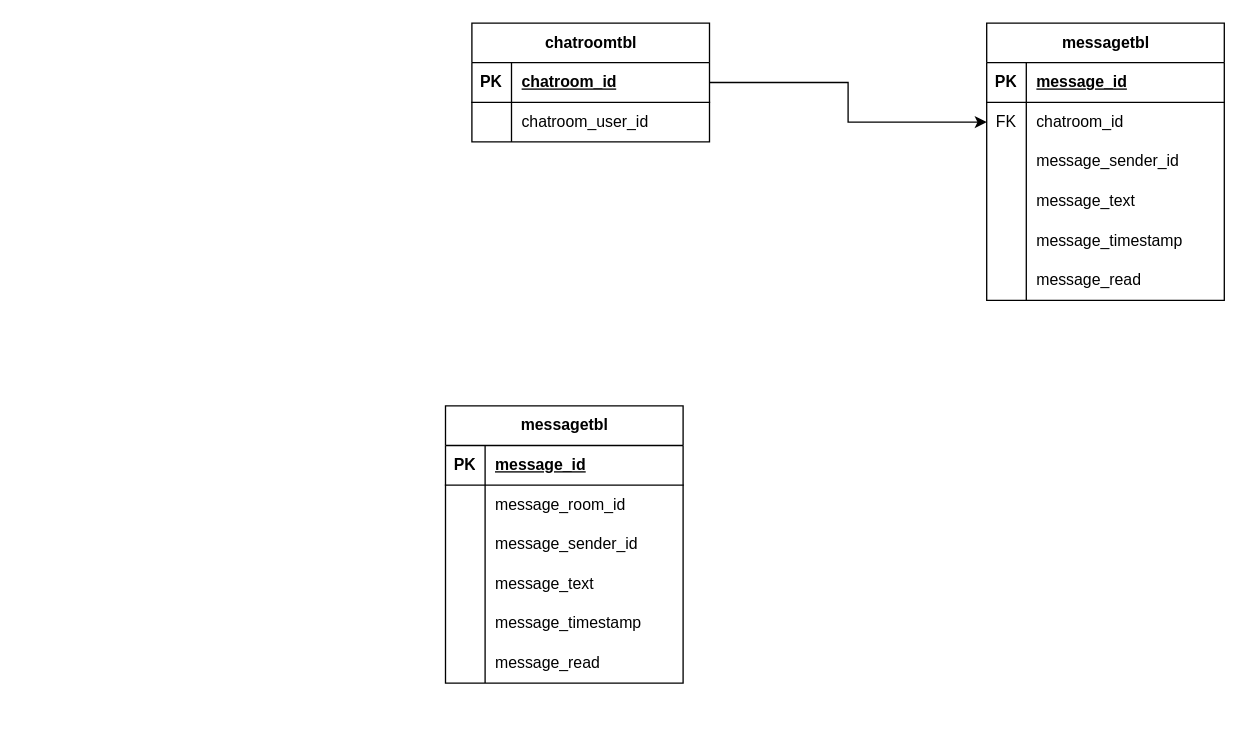
The draw.io diagram 채팅 클라이언트 DB.drawio in Hyunmin-Kwak-hub/neighbor21, before the edit. Source tidied: cells renumbered, new cells numbered last; positions are measured from the earlier drawing's top-left corner, leaving out a move shared by most shapes. Both pictures are drawn from the tidied source at 132%, with x=0, y=0 at pixel (445, 22).
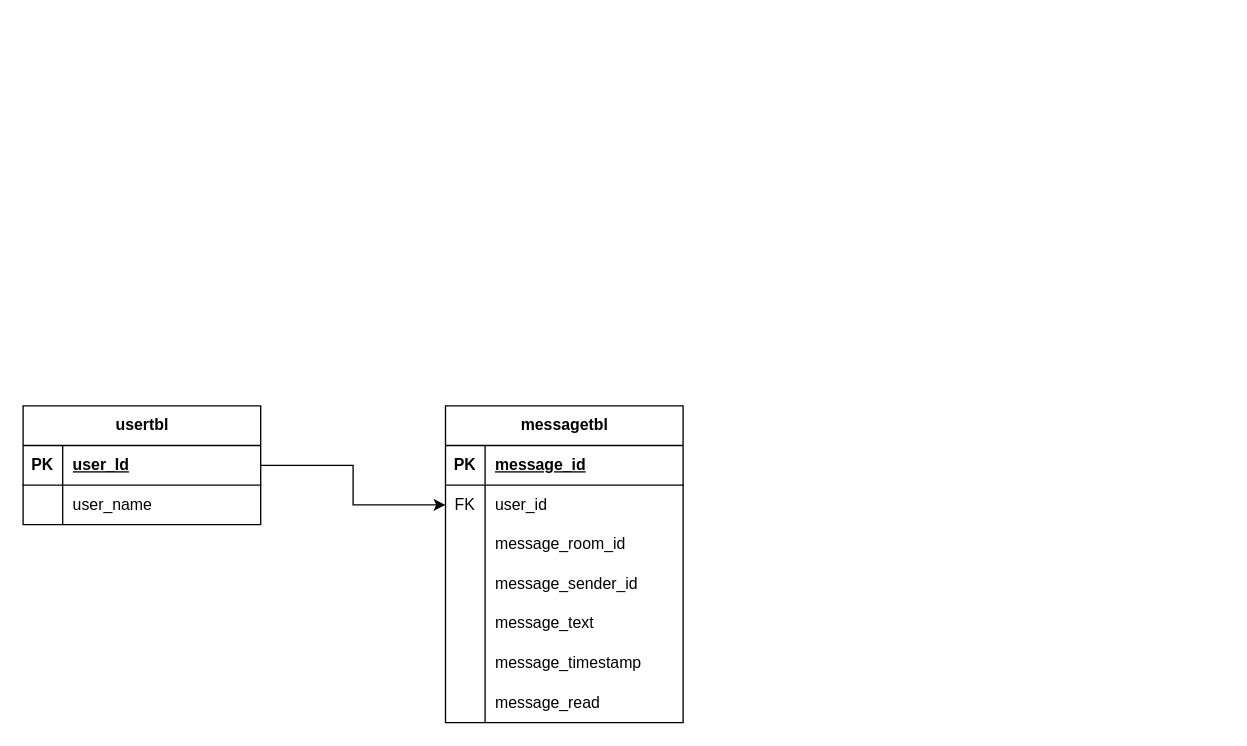
The same page after the edit.

Commit message:
채팅 클라이언트 DB.drawio 업데이트

Unchanged cells that the change refers to:
```xml
<mxCell id="33" style="shape=tableRow;horizontal=0;startSize=0;swimlaneHead=0;swimlaneBody=0;fillColor=none;points=[[0,0.5],[1,0.5]];portConstraint=eastwest;top=0;left=0;right=0;bottom=0;" parent="29" vertex="1">
  <mxGeometry y="60" width="180" height="30" as="geometry" />
</mxCell>
```

Diff of the diagram source:
```diff
@@
-    <mxCell id="2" value="messagetbl" style="shape=table;startSize=30;childLayout=tableLayout;rowLines=0;fontStyle=1;align=center;html=1;" parent="1" vertex="1">
-      <mxGeometry x="410" width="180" height="210" as="geometry" />
-    </mxCell>
-    <mxCell id="3" style="shape=tableRow;horizontal=0;startSize=0;swimlaneHead=0;swimlaneBody=0;fillColor=none;top=0;left=0;right=0;bottom=1;" parent="2" vertex="1">
-      <mxGeometry y="30" width="180" height="30" as="geometry" />
-    </mxCell>
-    <mxCell id="4" value="PK" style="shape=partialRectangle;fillColor=none;top=0;left=0;bottom=0;right=0;fontStyle=1;overflow=hidden;whiteSpace=wrap;html=1;" parent="3" vertex="1">
-      <mxGeometry width="30" height="30" as="geometry" />
-    </mxCell>
-    <mxCell id="5" value="message_id" style="shape=partialRectangle;fillColor=none;top=0;left=0;bottom=0;right=0;align=left;spacingLeft=6;fontStyle=5;overflow=hidden;whiteSpace=wrap;html=1;" parent="3" vertex="1">
-      <mxGeometry x="30" width="150" height="30" as="geometry" />
-    </mxCell>
-    <mxCell id="6" style="shape=tableRow;horizontal=0;startSize=0;swimlaneHead=0;swimlaneBody=0;fillColor=none;points=[[0,0.5],[1,0.5]];portConstraint=eastwest;top=0;left=0;right=0;bottom=0;" parent="2" vertex="1">
-      <mxGeometry y="60" width="180" height="30" as="geometry" />
-    </mxCell>
-    <mxCell id="7" value="FK" style="shape=partialRectangle;fillColor=none;top=0;left=0;bottom=0;right=0;overflow=hidden;whiteSpace=wrap;html=1;" parent="6" vertex="1">
-      <mxGeometry width="30" height="30" as="geometry" />
-    </mxCell>
-    <mxCell id="8" value="chatroom_id" style="shape=partialRectangle;fillColor=none;top=0;left=0;bottom=0;right=0;align=left;spacingLeft=6;overflow=hidden;whiteSpace=wrap;html=1;" parent="6" vertex="1">
-      <mxGeometry x="30" width="150" height="30" as="geometry" />
-    </mxCell>
-    <mxCell id="9" style="shape=tableRow;horizontal=0;startSize=0;swimlaneHead=0;swimlaneBody=0;fillColor=none;top=0;left=0;right=0;bottom=0;" parent="2" vertex="1">
-      <mxGeometry y="90" width="180" height="30" as="geometry" />
-    </mxCell>
-    <mxCell id="10" style="shape=partialRectangle;fillColor=none;top=0;left=0;bottom=0;right=0;overflow=hidden;whiteSpace=wrap;html=1;" parent="9" vertex="1">
-      <mxGeometry width="30" height="30" as="geometry" />
-    </mxCell>
-    <mxCell id="11" value="message_sender_id" style="shape=partialRectangle;fillColor=none;top=0;left=0;bottom=0;right=0;align=left;spacingLeft=6;overflow=hidden;whiteSpace=wrap;html=1;" parent="9" vertex="1">
-      <mxGeometry x="30" width="150" height="30" as="geometry" />
-    </mxCell>
-    <mxCell id="12" style="shape=tableRow;horizontal=0;startSize=0;swimlaneHead=0;swimlaneBody=0;fillColor=none;top=0;left=0;right=0;bottom=0;" parent="2" vertex="1">
-      <mxGeometry y="120" width="180" height="30" as="geometry" />
-    </mxCell>
-    <mxCell id="13" style="shape=partialRectangle;fillColor=none;top=0;left=0;bottom=0;right=0;overflow=hidden;whiteSpace=wrap;html=1;" parent="12" vertex="1">
-      <mxGeometry width="30" height="30" as="geometry" />
-    </mxCell>
-    <mxCell id="14" value="message_text" style="shape=partialRectangle;fillColor=none;top=0;left=0;bottom=0;right=0;align=left;spacingLeft=6;overflow=hidden;whiteSpace=wrap;html=1;" parent="12" vertex="1">
-      <mxGeometry x="30" width="150" height="30" as="geometry" />
-    </mxCell>
-    <mxCell id="15" style="shape=tableRow;horizontal=0;startSize=0;swimlaneHead=0;swimlaneBody=0;fillColor=none;top=0;left=0;right=0;bottom=0;" parent="2" vertex="1">
-      <mxGeometry y="150" width="180" height="30" as="geometry" />
-    </mxCell>
-    <mxCell id="16" style="shape=partialRectangle;fillColor=none;top=0;left=0;bottom=0;right=0;overflow=hidden;whiteSpace=wrap;html=1;" parent="15" vertex="1">
-      <mxGeometry width="30" height="30" as="geometry" />
-    </mxCell>
-    <mxCell id="17" value="message_timestamp" style="shape=partialRectangle;fillColor=none;top=0;left=0;bottom=0;right=0;align=left;spacingLeft=6;overflow=hidden;whiteSpace=wrap;html=1;" parent="15" vertex="1">
-      <mxGeometry x="30" width="150" height="30" as="geometry" />
-    </mxCell>
-    <mxCell id="18" style="shape=tableRow;horizontal=0;startSize=0;swimlaneHead=0;swimlaneBody=0;fillColor=none;top=0;left=0;right=0;bottom=0;" parent="2" vertex="1">
-      <mxGeometry y="180" width="180" height="30" as="geometry" />
-    </mxCell>
-    <mxCell id="19" style="shape=partialRectangle;fillColor=none;top=0;left=0;bottom=0;right=0;overflow=hidden;whiteSpace=wrap;html=1;" parent="18" vertex="1">
-      <mxGeometry width="30" height="30" as="geometry" />
-    </mxCell>
-    <mxCell id="20" value="message_read" style="shape=partialRectangle;fillColor=none;top=0;left=0;bottom=0;right=0;align=left;spacingLeft=6;overflow=hidden;whiteSpace=wrap;html=1;" parent="18" vertex="1">
-      <mxGeometry x="30" width="150" height="30" as="geometry" />
-    </mxCell>
-    <mxCell id="21" style="edgeStyle=orthogonalEdgeStyle;rounded=0;jettySize=auto;html=1;exitX=1;exitY=0.5;exitDx=0;exitDy=0;entryX=0;entryY=0.5;entryDx=0;entryDy=0;" parent="1" edge="1" source="23" target="6">
-      <mxGeometry relative="1" as="geometry" />
-    </mxCell>
-    <mxCell id="22" value="chatroomtbl" style="shape=table;startSize=30;childLayout=tableLayout;rowLines=0;fontStyle=1;align=center;html=1;" parent="1" vertex="1">
-      <mxGeometry x="20" width="180" height="90" as="geometry" />
-    </mxCell>
-    <mxCell id="23" style="shape=tableRow;horizontal=0;startSize=0;swimlaneHead=0;swimlaneBody=0;fillColor=none;points=[[0,0.5],[1,0.5]];portConstraint=eastwest;top=0;left=0;right=0;bottom=1;" parent="22" vertex="1">
-      <mxGeometry y="30" width="180" height="30" as="geometry" />
-    </mxCell>
-    <mxCell id="24" value="PK" style="shape=partialRectangle;fillColor=none;top=0;left=0;bottom=0;right=0;fontStyle=1;overflow=hidden;whiteSpace=wrap;html=1;" parent="23" vertex="1">
-      <mxGeometry width="30" height="30" as="geometry" />
-    </mxCell>
-    <mxCell id="25" value="chatroom_id" style="shape=partialRectangle;fillColor=none;top=0;left=0;bottom=0;right=0;align=left;spacingLeft=6;fontStyle=5;overflow=hidden;whiteSpace=wrap;html=1;" parent="23" vertex="1">
-      <mxGeometry x="30" width="150" height="30" as="geometry" />
-    </mxCell>
-    <mxCell id="26" style="shape=tableRow;horizontal=0;startSize=0;swimlaneHead=0;swimlaneBody=0;fillColor=none;top=0;left=0;right=0;bottom=0;" parent="22" vertex="1">
-      <mxGeometry y="60" width="180" height="30" as="geometry" />
-    </mxCell>
-    <mxCell id="27" style="shape=partialRectangle;fillColor=none;top=0;left=0;bottom=0;right=0;overflow=hidden;whiteSpace=wrap;html=1;" parent="26" vertex="1">
-      <mxGeometry width="30" height="30" as="geometry" />
-    </mxCell>
-    <mxCell id="28" value="chatroom_user_id" style="shape=partialRectangle;fillColor=none;top=0;left=0;bottom=0;right=0;align=left;spacingLeft=6;overflow=hidden;whiteSpace=wrap;html=1;" parent="26" vertex="1">
-      <mxGeometry x="30" width="150" height="30" as="geometry" />
-    </mxCell>
     <mxCell id="29" value="messagetbl" style="shape=table;startSize=30;childLayout=tableLayout;rowLines=0;fontStyle=1;align=center;html=1;" parent="1" vertex="1">
-      <mxGeometry y="290" width="180" height="210" as="geometry" />
+      <mxGeometry y="290" width="180" height="240" as="geometry" />
     </mxCell>
@@
-    <mxCell id="34" style="shape=partialRectangle;fillColor=none;top=0;left=0;bottom=0;right=0;overflow=hidden;whiteSpace=wrap;html=1;" parent="33" vertex="1">
+    <mxCell id="34" value="FK" style="shape=partialRectangle;fillColor=none;top=0;left=0;bottom=0;right=0;overflow=hidden;whiteSpace=wrap;html=1;" parent="33" vertex="1">
       <mxGeometry width="30" height="30" as="geometry" />
     </mxCell>
-    <mxCell id="35" value="message_room_id" style="shape=partialRectangle;fillColor=none;top=0;left=0;bottom=0;right=0;align=left;spacingLeft=6;overflow=hidden;whiteSpace=wrap;html=1;" parent="33" vertex="1">
+    <mxCell id="35" value="user_id" style="shape=partialRectangle;fillColor=none;top=0;left=0;bottom=0;right=0;align=left;spacingLeft=6;overflow=hidden;whiteSpace=wrap;html=1;" parent="33" vertex="1">
       <mxGeometry x="30" width="150" height="30" as="geometry" />
     </mxCell>
+    <mxCell id="9" style="shape=tableRow;horizontal=0;startSize=0;swimlaneHead=0;swimlaneBody=0;fillColor=none;top=0;left=0;right=0;bottom=0;" parent="29" vertex="1">
+      <mxGeometry y="90" width="180" height="30" as="geometry" />
+    </mxCell>
+    <mxCell id="48" style="shape=partialRectangle;fillColor=none;top=0;left=0;bottom=0;right=0;overflow=hidden;whiteSpace=wrap;html=1;" parent="9" vertex="1">
+      <mxGeometry width="30" height="30" as="geometry" />
+    </mxCell>
+    <mxCell id="49" value="message_room_id" style="shape=partialRectangle;fillColor=none;top=0;left=0;bottom=0;right=0;align=left;spacingLeft=6;overflow=hidden;whiteSpace=wrap;html=1;" parent="9" vertex="1">
+      <mxGeometry x="30" width="150" height="30" as="geometry" />
+    </mxCell>
     <mxCell id="36" style="shape=tableRow;horizontal=0;startSize=0;swimlaneHead=0;swimlaneBody=0;fillColor=none;top=0;left=0;right=0;bottom=0;" parent="29" vertex="1">
-      <mxGeometry y="90" width="180" height="30" as="geometry" />
+      <mxGeometry y="120" width="180" height="30" as="geometry" />
     </mxCell>
@@
     <mxCell id="39" style="shape=tableRow;horizontal=0;startSize=0;swimlaneHead=0;swimlaneBody=0;fillColor=none;top=0;left=0;right=0;bottom=0;" parent="29" vertex="1">
-      <mxGeometry y="120" width="180" height="30" as="geometry" />
+      <mxGeometry y="150" width="180" height="30" as="geometry" />
     </mxCell>
@@
     <mxCell id="42" style="shape=tableRow;horizontal=0;startSize=0;swimlaneHead=0;swimlaneBody=0;fillColor=none;top=0;left=0;right=0;bottom=0;" parent="29" vertex="1">
-      <mxGeometry y="150" width="180" height="30" as="geometry" />
+      <mxGeometry y="180" width="180" height="30" as="geometry" />
     </mxCell>
@@
     <mxCell id="45" style="shape=tableRow;horizontal=0;startSize=0;swimlaneHead=0;swimlaneBody=0;fillColor=none;top=0;left=0;right=0;bottom=0;" parent="29" vertex="1">
-      <mxGeometry y="180" width="180" height="30" as="geometry" />
+      <mxGeometry y="210" width="180" height="30" as="geometry" />
     </mxCell>
@@
+    <mxCell id="50" value="usertbl" style="shape=table;startSize=30;childLayout=tableLayout;rowLines=0;fontStyle=1;align=center;html=1;" parent="1" vertex="1">
+      <mxGeometry x="-320" y="290" width="180" height="90" as="geometry" />
+    </mxCell>
+    <mxCell id="51" style="shape=tableRow;horizontal=0;startSize=0;swimlaneHead=0;swimlaneBody=0;fillColor=none;points=[[0,0.5],[1,0.5]];portConstraint=eastwest;top=0;left=0;right=0;bottom=1;" parent="50" vertex="1">
+      <mxGeometry y="30" width="180" height="30" as="geometry" />
+    </mxCell>
+    <mxCell id="52" value="PK" style="shape=partialRectangle;fillColor=none;top=0;left=0;bottom=0;right=0;fontStyle=1;overflow=hidden;whiteSpace=wrap;html=1;" parent="51" vertex="1">
+      <mxGeometry width="30" height="30" as="geometry" />
+    </mxCell>
+    <mxCell id="53" value="user_Id" style="shape=partialRectangle;fillColor=none;top=0;left=0;bottom=0;right=0;align=left;spacingLeft=6;fontStyle=5;overflow=hidden;whiteSpace=wrap;html=1;" parent="51" vertex="1">
+      <mxGeometry x="30" width="150" height="30" as="geometry" />
+    </mxCell>
+    <mxCell id="54" style="shape=tableRow;horizontal=0;startSize=0;swimlaneHead=0;swimlaneBody=0;fillColor=none;top=0;left=0;right=0;bottom=0;" parent="50" vertex="1">
+      <mxGeometry y="60" width="180" height="30" as="geometry" />
+    </mxCell>
+    <mxCell id="55" style="shape=partialRectangle;fillColor=none;top=0;left=0;bottom=0;right=0;overflow=hidden;whiteSpace=wrap;html=1;" parent="54" vertex="1">
+      <mxGeometry width="30" height="30" as="geometry" />
+    </mxCell>
+    <mxCell id="56" value="user_name" style="shape=partialRectangle;fillColor=none;top=0;left=0;bottom=0;right=0;align=left;spacingLeft=6;overflow=hidden;whiteSpace=wrap;html=1;" parent="54" vertex="1">
+      <mxGeometry x="30" width="150" height="30" as="geometry" />
+    </mxCell>
+    <mxCell id="57" style="edgeStyle=orthogonalEdgeStyle;rounded=0;jettySize=auto;html=1;exitX=1;exitY=0.5;exitDx=0;exitDy=0;entryX=0;entryY=0.5;entryDx=0;entryDy=0;" parent="1" edge="1" source="51" target="33">
+      <mxGeometry relative="1" as="geometry" />
+    </mxCell>
```
